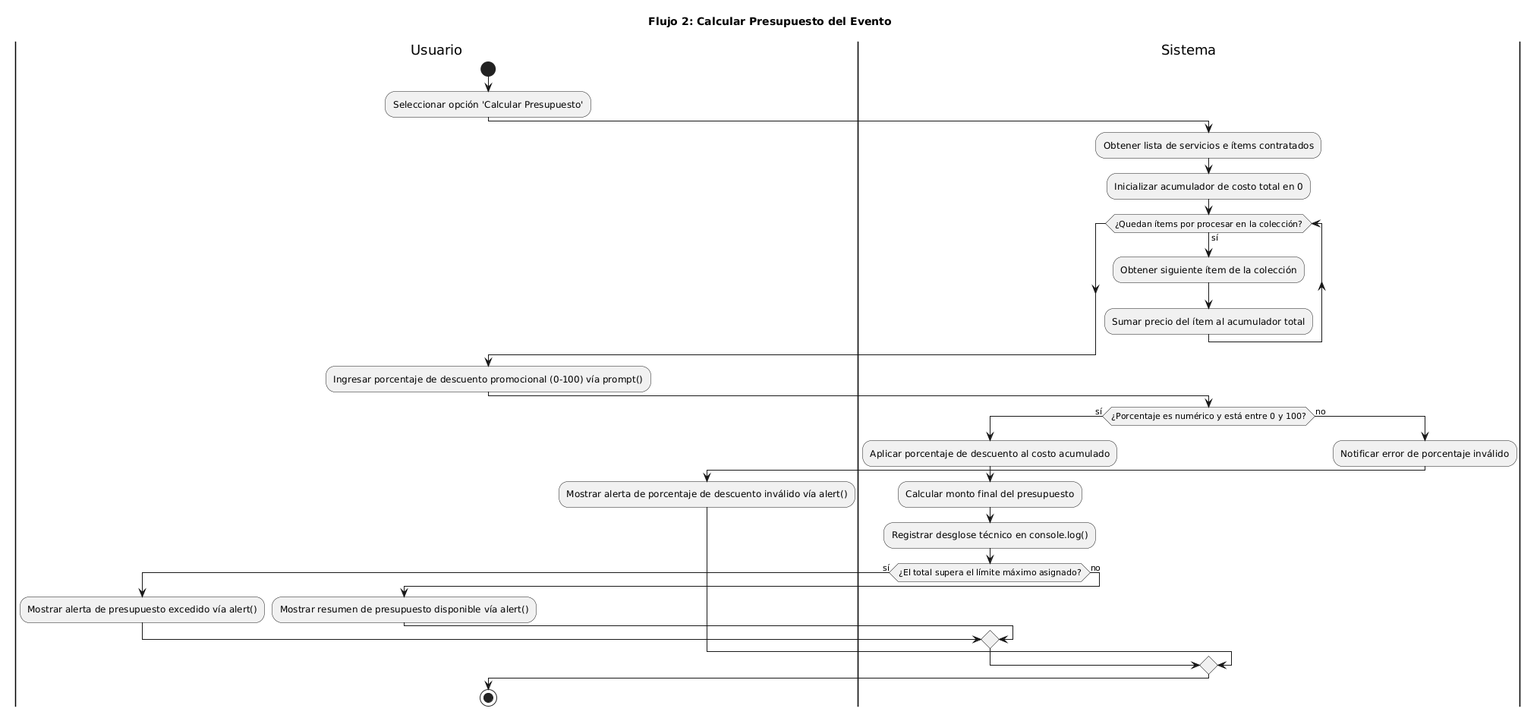
Earlier version of the PlantUML export docs/05-diagramas/01-diagrama-de-actividades/actividad-flujo-2-calcular-presupuesto.png (carolabenvenuto-uces/planit).
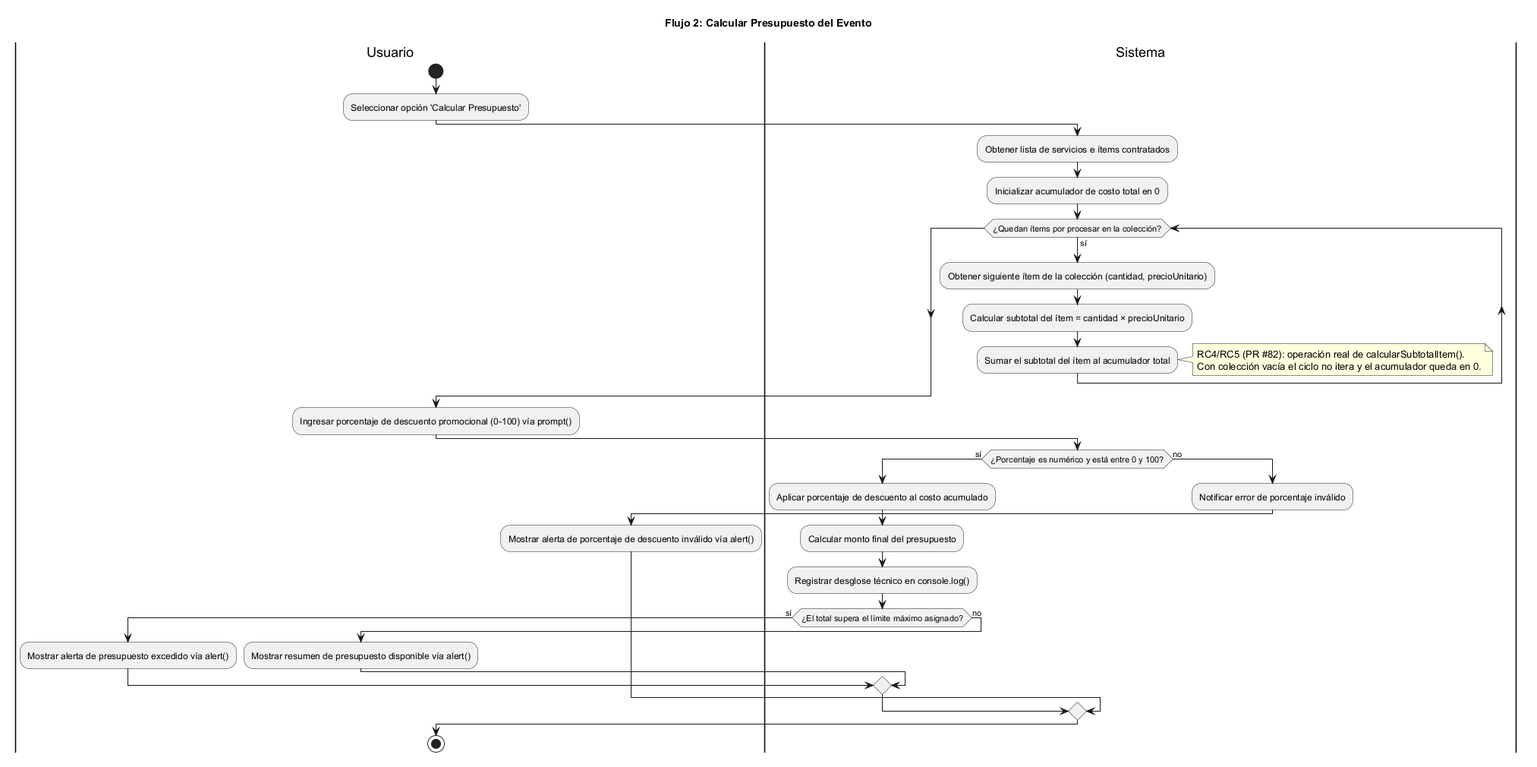
After the commit.

Commit message:
fix(rc4): alinear diagrama de presupuesto con calcularSubtotalItem (cantidad x precioUnitario)

The edit, as a diff of the source:
```diff
@@ -1,4 +1,4 @@
-@startuml
+@startuml actividad-flujo-2-calcular-presupuesto
 title Flujo 2: Calcular Presupuesto del Evento
 
 |Usuario|
@@ -10,9 +10,14 @@
 :Inicializar acumulador de costo total en 0;
 
 while (¿Quedan ítems por procesar en la colección?) is (sí)
-  :Obtener siguiente ítem de la colección;
-  :Sumar precio del ítem al acumulador total;
+  :Obtener siguiente ítem de la colección (cantidad, precioUnitario);
+  :Calcular subtotal del ítem = cantidad × precioUnitario;
+  :Sumar el subtotal del ítem al acumulador total;
 endwhile
+note right
+  RC4/RC5 (PR #82): operación real de calcularSubtotalItem().
+  Con colección vacía el ciclo no itera y el acumulador queda en 0.
+end note
 
 |Usuario|
 :Ingresar porcentaje de descuento promocional (0-100) vía prompt();
```
